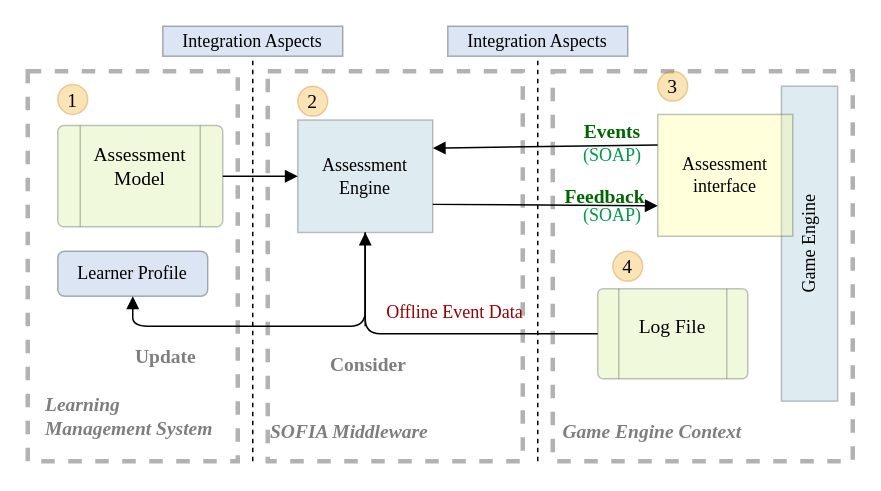
This is page "SOFIA" (3 of 6) of TheModel.drawio from Kibolabs/Diagrams, a draw.io file, before an edit. Source tidied: cells renumbered, new cells numbered last; positions are measured from the earlier drawing's top-left corner, leaving out a move shared by most shapes. Both pictures are drawn from the tidied source at 150%, with x=0, y=0 at pixel (27, 26).
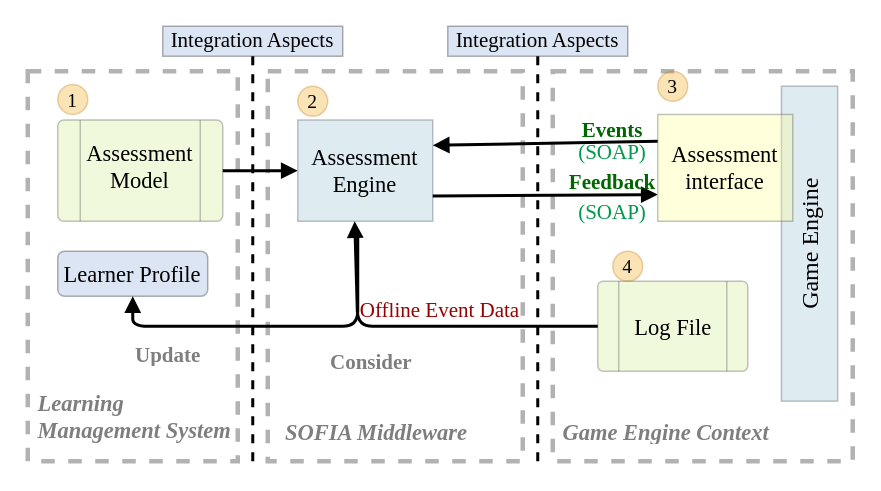
After the change.

The edit, as a diff of the source:
```diff
@@
-    <mxCell id="5" value="Game Engine" style="rounded=0;whiteSpace=wrap;html=1;strokeWidth=1;opacity=30;rotation=-90;strokeColor=#36393d;fillColor=#92BCD1;fontFamily=Times New Roman;" parent="1" vertex="1">
+    <mxCell id="5" value="Game Engine" style="rounded=0;whiteSpace=wrap;html=1;strokeWidth=1;opacity=30;rotation=-90;strokeColor=#36393d;fillColor=#92BCD1;fontFamily=Times New Roman;fontSize=16;" parent="1" vertex="1">
       <mxGeometry x="416.2" y="126.2" width="210" height="37.5" as="geometry" />
     </mxCell>
-    <mxCell id="6" value="Assessment Engine" style="rounded=0;whiteSpace=wrap;html=1;strokeWidth=1;opacity=30;strokeColor=#36393d;fillColor=#92BCD1;fontFamily=Times New Roman;" parent="1" vertex="1">
-      <mxGeometry x="180" y="62.5" width="90" height="75" as="geometry" />
+    <mxCell id="6" value="Assessment Engine" style="rounded=0;whiteSpace=wrap;html=1;strokeWidth=1;opacity=30;strokeColor=#36393d;fillColor=#92BCD1;fontFamily=Times New Roman;fontSize=15;" parent="1" vertex="1">
+      <mxGeometry x="180" y="62.5" width="90" height="67.5" as="geometry" />
     </mxCell>
-    <mxCell id="7" value="Learner Profile" style="rounded=1;whiteSpace=wrap;html=1;strokeWidth=1;opacity=30;fillColor=#8BA9D6;fontFamily=Times New Roman;" parent="1" vertex="1">
+    <mxCell id="7" value="Learner Profile" style="rounded=1;whiteSpace=wrap;html=1;strokeWidth=1;opacity=30;fillColor=#8BA9D6;fontFamily=Times New Roman;fontSize=15;" parent="1" vertex="1">
       <mxGeometry x="20" y="150" width="100" height="30" as="geometry" />
     </mxCell>
-    <mxCell id="8" value="Integration Aspects" style="rounded=0;whiteSpace=wrap;html=1;strokeWidth=1;opacity=30;fillColor=#8BA9D6;fontFamily=Times New Roman;" parent="1" vertex="1">
+    <mxCell id="8" value="Integration Aspects" style="rounded=0;whiteSpace=wrap;html=1;strokeWidth=1;opacity=30;fillColor=#8BA9D6;fontFamily=Times New Roman;fontSize=14;" parent="1" vertex="1">
       <mxGeometry x="90" width="120" height="20" as="geometry" />
     </mxCell>
-    <mxCell id="9" value="Integration Aspects" style="rounded=0;whiteSpace=wrap;html=1;strokeWidth=1;opacity=30;fillColor=#8BA9D6;fontFamily=Times New Roman;" parent="1" vertex="1">
+    <mxCell id="9" value="Integration Aspects" style="rounded=0;whiteSpace=wrap;html=1;strokeWidth=1;opacity=30;fillColor=#8BA9D6;fontFamily=Times New Roman;fontSize=14;" parent="1" vertex="1">
       <mxGeometry x="280" width="120" height="20" as="geometry" />
     </mxCell>
@@
-    <mxCell id="14" style="endArrow=none;dashed=1;html=1;fontSize=13;entryX=0.5;entryY=1;entryDx=0;entryDy=0;fontFamily=Times New Roman;" parent="1" edge="1" target="8">
+    <mxCell id="14" style="endArrow=none;dashed=1;html=1;fontSize=13;entryX=0.5;entryY=1;entryDx=0;entryDy=0;fontFamily=Times New Roman;strokeWidth=2;" parent="1" edge="1" target="8">
       <mxGeometry relative="1" as="geometry">
         <mxPoint x="150" y="290" as="sourcePoint" />
       </mxGeometry>
     </mxCell>
-    <mxCell id="15" style="endArrow=none;dashed=1;html=1;fontSize=13;entryX=0.5;entryY=1;entryDx=0;entryDy=0;fontFamily=Times New Roman;" parent="1" edge="1" target="9">
+    <mxCell id="15" style="endArrow=none;dashed=1;html=1;fontSize=13;entryX=0.5;entryY=1;entryDx=0;entryDy=0;fontFamily=Times New Roman;strokeWidth=2;" parent="1" edge="1" target="9">
       <mxGeometry relative="1" as="geometry">
         <mxPoint x="340" y="290" as="sourcePoint" />
       </mxGeometry>
     </mxCell>
-    <mxCell id="16" value="Learning Management System" style="text;html=1;strokeColor=none;fillColor=none;align=left;verticalAlign=middle;whiteSpace=wrap;rounded=0;fontSize=13;opacity=30;fontStyle=3;textOpacity=50;fontFamily=Times New Roman;" parent="1" vertex="1">
-      <mxGeometry x="10" y="250" width="120" height="20" as="geometry" />
+    <mxCell id="16" value="Learning Management System" style="text;html=1;strokeColor=none;fillColor=none;align=left;verticalAlign=middle;whiteSpace=wrap;rounded=0;fontSize=15;opacity=30;fontStyle=3;textOpacity=50;fontFamily=Times New Roman;" parent="1" vertex="1">
+      <mxGeometry x="5" y="250" width="140" height="20" as="geometry" />
     </mxCell>
-    <mxCell id="17" value="SOFIA Middleware" style="text;html=1;strokeColor=none;fillColor=none;align=left;verticalAlign=middle;whiteSpace=wrap;rounded=0;fontSize=13;opacity=30;fontStyle=3;textOpacity=50;fontFamily=Times New Roman;" parent="1" vertex="1">
-      <mxGeometry x="160" y="260" width="140" height="20" as="geometry" />
+    <mxCell id="17" value="SOFIA Middleware" style="text;html=1;strokeColor=none;fillColor=none;align=left;verticalAlign=middle;whiteSpace=wrap;rounded=0;fontSize=15;opacity=30;fontStyle=3;textOpacity=50;fontFamily=Times New Roman;" parent="1" vertex="1">
+      <mxGeometry x="170" y="260" width="140" height="20" as="geometry" />
     </mxCell>
-    <mxCell id="18" value="Game Engine Context" style="text;html=1;strokeColor=none;fillColor=none;align=left;verticalAlign=middle;whiteSpace=wrap;rounded=0;fontSize=13;opacity=30;fontStyle=3;textOpacity=50;fontFamily=Times New Roman;" parent="1" vertex="1">
+    <mxCell id="18" value="Game Engine Context" style="text;html=1;strokeColor=none;fillColor=none;align=left;verticalAlign=middle;whiteSpace=wrap;rounded=0;fontSize=15;opacity=30;fontStyle=3;textOpacity=50;fontFamily=Times New Roman;" parent="1" vertex="1">
       <mxGeometry x="355" y="260" width="150" height="20" as="geometry" />
     </mxCell>
-    <mxCell id="19" value="Consider" style="text;html=1;strokeColor=none;fillColor=none;align=left;verticalAlign=middle;whiteSpace=wrap;rounded=0;fontSize=13;opacity=30;fontStyle=1;textOpacity=50;fontFamily=Times New Roman;" parent="1" vertex="1">
+    <mxCell id="19" value="Consider" style="text;html=1;strokeColor=none;fillColor=none;align=left;verticalAlign=middle;whiteSpace=wrap;rounded=0;fontSize=14;opacity=30;fontStyle=1;textOpacity=50;fontFamily=Times New Roman;" parent="1" vertex="1">
       <mxGeometry x="200" y="215" width="40" height="20" as="geometry" />
     </mxCell>
-    <mxCell id="20" value="Update" style="text;html=1;strokeColor=none;fillColor=none;align=left;verticalAlign=middle;whiteSpace=wrap;rounded=0;fontSize=13;opacity=30;fontStyle=1;textOpacity=50;fontFamily=Times New Roman;" parent="1" vertex="1">
+    <mxCell id="20" value="Update" style="text;html=1;strokeColor=none;fillColor=none;align=left;verticalAlign=middle;whiteSpace=wrap;rounded=0;fontSize=14;opacity=30;fontStyle=1;textOpacity=50;fontFamily=Times New Roman;" parent="1" vertex="1">
       <mxGeometry x="70" y="210" width="40" height="20" as="geometry" />
     </mxCell>
-    <mxCell id="21" style="html=1;verticalAlign=bottom;endArrow=block;fontSize=13;fillColor=#000000;exitX=0;exitY=0.25;exitDx=0;exitDy=0;entryX=1;entryY=0.25;entryDx=0;entryDy=0;fontFamily=Times New Roman;" parent="1" edge="1" source="24" target="6">
+    <mxCell id="21" style="html=1;verticalAlign=bottom;endArrow=block;fontSize=13;fillColor=#000000;exitX=0;exitY=0.25;exitDx=0;exitDy=0;entryX=1;entryY=0.25;entryDx=0;entryDy=0;fontFamily=Times New Roman;strokeWidth=2;" parent="1" edge="1" source="24" target="6">
       <mxGeometry relative="1" as="geometry" />
     </mxCell>
-    <mxCell id="22" style="html=1;verticalAlign=bottom;endArrow=block;fontSize=13;fillColor=#000000;exitX=1;exitY=0.75;exitDx=0;exitDy=0;entryX=0;entryY=0.75;entryDx=0;entryDy=0;fontFamily=Times New Roman;" parent="1" edge="1" source="6" target="24">
+    <mxCell id="22" style="html=1;verticalAlign=bottom;endArrow=block;fontSize=13;fillColor=#000000;exitX=1;exitY=0.75;exitDx=0;exitDy=0;entryX=0;entryY=0.75;entryDx=0;entryDy=0;fontFamily=Times New Roman;strokeWidth=2;" parent="1" edge="1" source="6" target="24">
       <mxGeometry relative="1" as="geometry" />
     </mxCell>
-    <mxCell id="23" style="html=1;verticalAlign=bottom;endArrow=block;fontSize=13;fillColor=#000000;exitX=0.5;exitY=1;exitDx=0;exitDy=0;entryX=0.5;entryY=1;entryDx=0;entryDy=0;fontFamily=Times New Roman;" parent="1" edge="1" source="6" target="7">
+    <mxCell id="23" style="html=1;verticalAlign=bottom;endArrow=block;fontSize=13;fillColor=#000000;entryX=0.5;entryY=1;entryDx=0;entryDy=0;fontFamily=Times New Roman;strokeWidth=2;" parent="1" edge="1" target="7">
       <mxGeometry relative="1" as="geometry">
+        <mxPoint x="220" y="138" as="sourcePoint" />
         <Array as="points">
-          <mxPoint x="225" y="200" />
+          <mxPoint x="220" y="200" />
           <mxPoint x="70" y="200" />
         </Array>
       </mxGeometry>
     </mxCell>
-    <mxCell id="24" value="Assessment interface" style="rounded=0;whiteSpace=wrap;html=1;strokeWidth=1;opacity=30;fillColor=#ffff88;strokeColor=#36393d;fontFamily=Times New Roman;" parent="1" vertex="1">
-      <mxGeometry x="420" y="58.8" width="90" height="81.2" as="geometry" />
+    <mxCell id="24" value="Assessment interface" style="rounded=0;whiteSpace=wrap;html=1;strokeWidth=1;opacity=30;fillColor=#ffff88;strokeColor=#36393d;fontFamily=Times New Roman;fontSize=15;" parent="1" vertex="1">
+      <mxGeometry x="420" y="58.8" width="90" height="71.2" as="geometry" />
     </mxCell>
-    <mxCell id="25" value="&lt;font color=&quot;#006600&quot;&gt;&lt;b&gt;Events&lt;/b&gt;&lt;/font&gt;" style="text;html=1;strokeColor=none;fillColor=none;align=center;verticalAlign=middle;whiteSpace=wrap;rounded=0;fontSize=13;opacity=30;fontFamily=Times New Roman;" parent="1" vertex="1">
+    <mxCell id="25" value="&lt;font color=&quot;#006600&quot; style=&quot;font-size: 14px;&quot;&gt;&lt;b style=&quot;font-size: 14px;&quot;&gt;Events&lt;/b&gt;&lt;/font&gt;" style="text;html=1;strokeColor=none;fillColor=none;align=center;verticalAlign=middle;whiteSpace=wrap;rounded=0;fontSize=14;opacity=30;fontFamily=Times New Roman;" parent="1" vertex="1">
       <mxGeometry x="370" y="60" width="40" height="20" as="geometry" />
     </mxCell>
-    <mxCell id="26" value="&lt;font color=&quot;#006600&quot;&gt;&lt;b&gt;Feedback&lt;/b&gt;&lt;/font&gt;" style="text;html=1;strokeColor=none;fillColor=none;align=center;verticalAlign=middle;whiteSpace=wrap;rounded=0;fontSize=13;opacity=30;fontFamily=Times New Roman;" parent="1" vertex="1">
-      <mxGeometry x="365" y="102.5" width="40" height="20" as="geometry" />
+    <mxCell id="26" value="&lt;font color=&quot;#006600&quot; style=&quot;font-size: 14px;&quot;&gt;&lt;b style=&quot;font-size: 14px;&quot;&gt;Feedback&lt;/b&gt;&lt;/font&gt;" style="text;html=1;strokeColor=none;fillColor=none;align=center;verticalAlign=middle;whiteSpace=wrap;rounded=0;fontSize=14;opacity=30;fontFamily=Times New Roman;" parent="1" vertex="1">
+      <mxGeometry x="370" y="95" width="40" height="20" as="geometry" />
     </mxCell>
-    <mxCell id="27" value="&lt;font color=&quot;#00994d&quot; style=&quot;font-size: 12px&quot;&gt;(SOAP)&lt;/font&gt;" style="text;html=1;strokeColor=none;fillColor=none;align=center;verticalAlign=middle;whiteSpace=wrap;rounded=0;fontSize=13;opacity=30;fontFamily=Times New Roman;" parent="1" vertex="1">
+    <mxCell id="27" value="&lt;font color=&quot;#00994d&quot; style=&quot;font-size: 14px;&quot;&gt;(SOAP)&lt;/font&gt;" style="text;html=1;strokeColor=none;fillColor=none;align=center;verticalAlign=middle;whiteSpace=wrap;rounded=0;fontSize=14;opacity=30;fontFamily=Times New Roman;" parent="1" vertex="1">
       <mxGeometry x="370" y="75" width="40" height="20" as="geometry" />
     </mxCell>
-    <mxCell id="28" value="&lt;font color=&quot;#00994d&quot; style=&quot;font-size: 12px&quot;&gt;(SOAP)&lt;/font&gt;" style="text;html=1;strokeColor=none;fillColor=none;align=center;verticalAlign=middle;whiteSpace=wrap;rounded=0;fontSize=13;opacity=30;fontFamily=Times New Roman;" parent="1" vertex="1">
+    <mxCell id="28" value="&lt;font color=&quot;#00994d&quot; style=&quot;font-size: 14px;&quot;&gt;(SOAP)&lt;/font&gt;" style="text;html=1;strokeColor=none;fillColor=none;align=center;verticalAlign=middle;whiteSpace=wrap;rounded=0;fontSize=14;opacity=30;fontFamily=Times New Roman;" parent="1" vertex="1">
       <mxGeometry x="370" y="115" width="40" height="20" as="geometry" />
     </mxCell>
     <mxCell id="29" style="verticalLabelPosition=bottom;verticalAlign=top;html=1;shape=process;whiteSpace=wrap;rounded=1;size=0.14;arcSize=6;fontSize=13;strokeWidth=1;fillColor=#cdeb8b;opacity=30;strokeColor=#36393d;fontFamily=Times New Roman;" parent="1" vertex="1">
-      <mxGeometry x="380" y="175" width="100" height="60" as="geometry" />
+      <mxGeometry x="380" y="170" width="100" height="60" as="geometry" />
     </mxCell>
-    <mxCell id="30" value="Log File" style="text;html=1;strokeColor=none;fillColor=none;align=center;verticalAlign=middle;whiteSpace=wrap;rounded=0;fontSize=13;opacity=30;fontFamily=Times New Roman;" parent="1" vertex="1">
-      <mxGeometry x="405" y="190" width="50" height="20" as="geometry" />
+    <mxCell id="30" value="Log File" style="text;html=1;strokeColor=none;fillColor=none;align=center;verticalAlign=middle;whiteSpace=wrap;rounded=0;fontSize=15;opacity=30;fontFamily=Times New Roman;" parent="1" vertex="1">
+      <mxGeometry x="397.5" y="190" width="65" height="20" as="geometry" />
     </mxCell>
     <mxCell id="31" style="verticalLabelPosition=bottom;verticalAlign=top;html=1;shape=process;whiteSpace=wrap;rounded=1;size=0.14;arcSize=6;fontSize=13;strokeWidth=1;fillColor=#cdeb8b;opacity=30;strokeColor=#36393d;fontFamily=Times New Roman;" parent="1" vertex="1">
-      <mxGeometry x="20" y="66.2" width="110" height="67.5" as="geometry" />
+      <mxGeometry x="20" y="62.5" width="110" height="67.5" as="geometry" />
     </mxCell>
-    <mxCell id="32" value="Assessment Model" style="text;html=1;strokeColor=none;fillColor=none;align=center;verticalAlign=middle;whiteSpace=wrap;rounded=0;fontSize=13;opacity=30;fontFamily=Times New Roman;" parent="1" vertex="1">
+    <mxCell id="32" value="Assessment Model" style="text;html=1;strokeColor=none;fillColor=none;align=center;verticalAlign=middle;whiteSpace=wrap;rounded=0;fontSize=15;opacity=30;fontFamily=Times New Roman;" parent="1" vertex="1">
       <mxGeometry x="50" y="82.5" width="50" height="20" as="geometry" />
     </mxCell>
-    <mxCell id="33" style="html=1;verticalAlign=bottom;endArrow=block;fontSize=13;fillColor=#000000;entryX=0;entryY=0.5;entryDx=0;entryDy=0;exitX=1;exitY=0.5;exitDx=0;exitDy=0;fontFamily=Times New Roman;" parent="1" edge="1" source="31" target="6">
+    <mxCell id="33" style="html=1;verticalAlign=bottom;endArrow=block;fontSize=13;fillColor=#000000;entryX=0;entryY=0.5;entryDx=0;entryDy=0;exitX=1;exitY=0.5;exitDx=0;exitDy=0;fontFamily=Times New Roman;strokeWidth=2;" parent="1" edge="1" source="31" target="6">
       <mxGeometry relative="1" as="geometry" />
     </mxCell>
-    <mxCell id="34" style="html=1;verticalAlign=bottom;endArrow=block;fontSize=13;fillColor=#000000;entryX=0.5;entryY=1;entryDx=0;entryDy=0;fontFamily=Times New Roman;startArrow=none;" parent="1" edge="1" target="6">
-      <mxGeometry relative="1" as="geometry">
-        <mxPoint x="225" y="200" as="sourcePoint" />
-      </mxGeometry>
-    </mxCell>
-    <mxCell id="35" value="&lt;font color=&quot;#990000&quot; style=&quot;font-size: 12px&quot;&gt;Offline Event Data&lt;/font&gt;" style="text;html=1;strokeColor=none;fillColor=none;align=center;verticalAlign=middle;whiteSpace=wrap;rounded=0;fontSize=13;opacity=30;fontFamily=Times New Roman;" parent="1" vertex="1">
-      <mxGeometry x="230" y="180" width="110" height="20" as="geometry" />
+    <mxCell id="35" value="&lt;font color=&quot;#990000&quot; style=&quot;font-size: 14px;&quot;&gt;Offline Event Data&lt;/font&gt;" style="text;html=1;strokeColor=none;fillColor=none;align=center;verticalAlign=middle;whiteSpace=wrap;rounded=0;fontSize=14;opacity=30;fontFamily=Times New Roman;" parent="1" vertex="1">
+      <mxGeometry x="220" y="180" width="110" height="20" as="geometry" />
     </mxCell>
-    <mxCell id="36" style="html=1;verticalAlign=bottom;endArrow=none;fontSize=13;fillColor=#000000;exitX=0;exitY=0.5;exitDx=0;exitDy=0;entryX=0.5;entryY=1;entryDx=0;entryDy=0;fontFamily=Times New Roman;" parent="1" edge="1" source="29" target="6">
+    <mxCell id="36" style="html=1;verticalAlign=bottom;endArrow=block;fontSize=13;fillColor=#000000;exitX=0;exitY=0.5;exitDx=0;exitDy=0;fontFamily=Times New Roman;endFill=1;strokeWidth=2;" parent="1" edge="1" source="29">
       <mxGeometry relative="1" as="geometry">
+        <mxPoint x="218" y="130" as="targetPoint" />
         <Array as="points">
-          <mxPoint x="225" y="205" />
+          <mxPoint x="220" y="200" />
         </Array>
       </mxGeometry>
     </mxCell>
```
